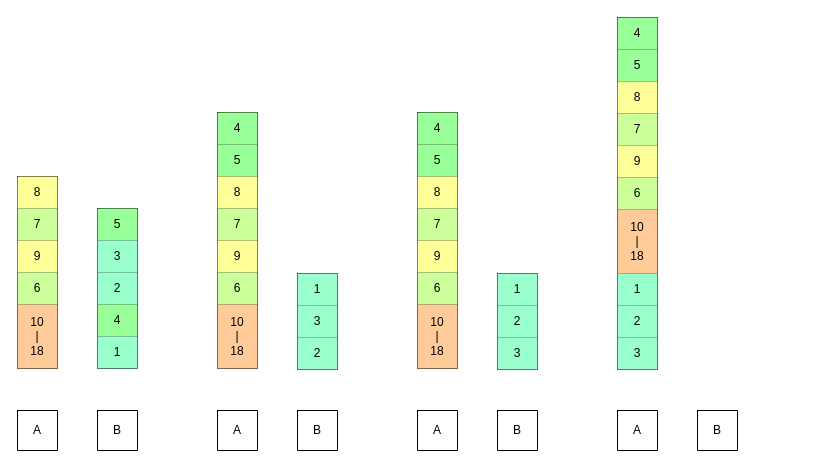
Above: page "123確定" (3 of 9) of images/qsort/qsort.dio in welove-t/42Tokyo-push_swap (draw.io), before the change. Source tidied: cells renumbered, new cells numbered last; positions are measured from the earlier drawing's top-left corner, leaving out a move shared by most shapes. Both pictures are drawn from the tidied source at 100%, with x=0, y=0 at pixel (17, 17).
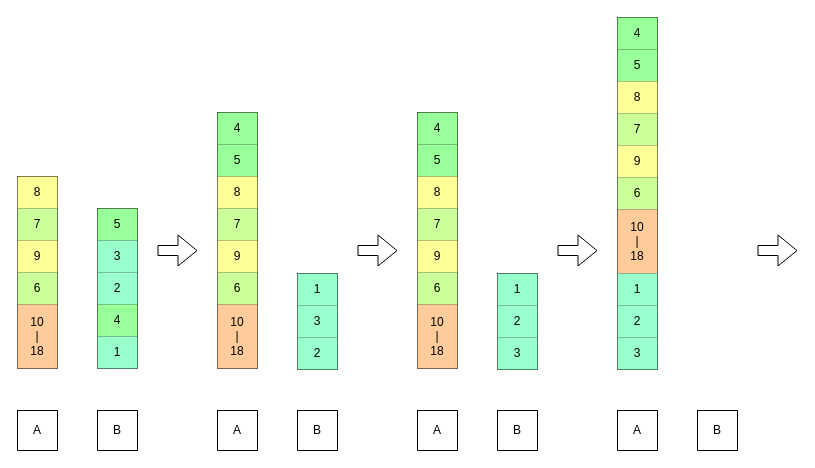
After the change.

The edit, as a diff of the source:
```diff
@@
+    <mxCell id="113" style="shape=flexArrow;endArrow=classic;html=1;" parent="1" edge="1">
+      <mxGeometry relative="1" as="geometry">
+        <mxPoint x="140" y="233" as="sourcePoint" />
+        <mxPoint x="180" y="233" as="targetPoint" />
+      </mxGeometry>
+    </mxCell>
+    <mxCell id="114" style="shape=flexArrow;endArrow=classic;html=1;" parent="1" edge="1">
+      <mxGeometry relative="1" as="geometry">
+        <mxPoint x="340" y="233" as="sourcePoint" />
+        <mxPoint x="380" y="233" as="targetPoint" />
+      </mxGeometry>
+    </mxCell>
+    <mxCell id="115" style="shape=flexArrow;endArrow=classic;html=1;" parent="1" edge="1">
+      <mxGeometry relative="1" as="geometry">
+        <mxPoint x="540" y="233" as="sourcePoint" />
+        <mxPoint x="580" y="233" as="targetPoint" />
+      </mxGeometry>
+    </mxCell>
+    <mxCell id="116" style="shape=flexArrow;endArrow=classic;html=1;" parent="1" edge="1">
+      <mxGeometry relative="1" as="geometry">
+        <mxPoint x="740" y="233" as="sourcePoint" />
+        <mxPoint x="780" y="233" as="targetPoint" />
+      </mxGeometry>
+    </mxCell>
```
